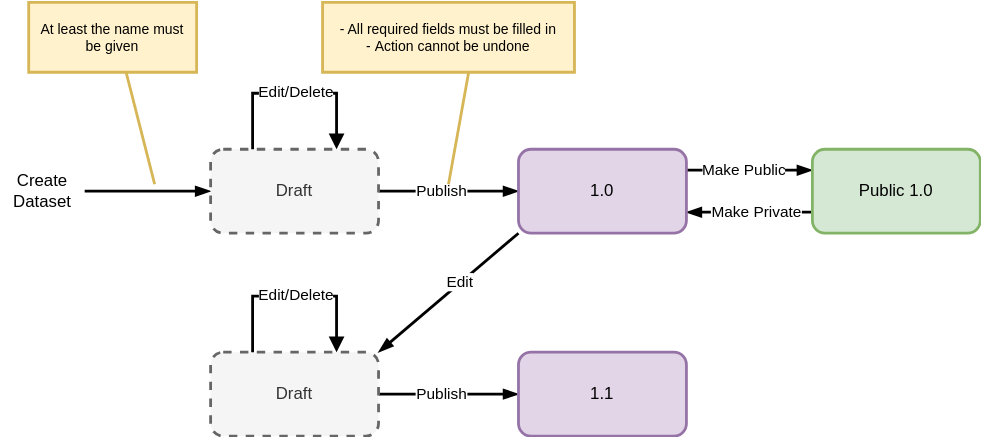
The draw.io diagram docs/fairmedia-dataset-lifecycle.drawio.svg in FAIRmedia-AT/data-catalog-docs, before a commit. Source tidied: cells renumbered, new cells last; positions are measured from the earlier drawing's top-left corner, leaving out a move shared by most shapes. The source it was exported from:
```xml
<mxGraphModel>
  <root>
    <mxCell id="0" />
    <mxCell id="1" parent="0" />
    <mxCell id="2" value="Create Dataset" style="text;html=1;align=center;verticalAlign=middle;whiteSpace=wrap;rounded=0;" parent="1" vertex="1">
      <mxGeometry y="120" width="60" height="30" as="geometry" />
    </mxCell>
    <mxCell id="3" style="endArrow=blockThin;html=1;rounded=0;exitX=1;exitY=0.5;exitDx=0;exitDy=0;entryX=0;entryY=0.5;entryDx=0;entryDy=0;startArrow=none;startFill=0;endFill=1;strokeWidth=2;" parent="1" edge="1" source="2" target="14">
      <mxGeometry relative="1" as="geometry" />
    </mxCell>
    <mxCell id="4" style="endArrow=blockThin;html=1;rounded=0;exitX=1;exitY=0.5;exitDx=0;exitDy=0;entryX=0;entryY=0.5;entryDx=0;entryDy=0;startArrow=none;startFill=0;endFill=1;strokeWidth=2;" parent="1" edge="1" source="14" target="15">
      <mxGeometry relative="1" as="geometry" />
    </mxCell>
    <mxCell id="5" value="Publish" style="edgeLabel;html=1;align=center;verticalAlign=middle;" parent="4" vertex="1">
      <mxGeometry x="-0.3" y="2" relative="1" as="geometry">
        <mxPoint x="10" y="2" as="offset" />
      </mxGeometry>
    </mxCell>
    <mxCell id="6" style="endArrow=blockThin;html=1;rounded=0;exitX=1;exitY=0.25;exitDx=0;exitDy=0;entryX=0;entryY=0.25;entryDx=0;entryDy=0;startArrow=none;startFill=0;endFill=1;strokeWidth=2;" parent="1" edge="1" source="15" target="16">
      <mxGeometry relative="1" as="geometry" />
    </mxCell>
    <mxCell id="7" value="Make Public" style="edgeLabel;html=1;align=center;verticalAlign=middle;" parent="6" vertex="1">
      <mxGeometry x="-0.3" y="2" relative="1" as="geometry">
        <mxPoint x="9" y="2" as="offset" />
      </mxGeometry>
    </mxCell>
    <mxCell id="8" style="endArrow=blockThin;html=1;rounded=0;exitX=0;exitY=1;exitDx=0;exitDy=0;entryX=1;entryY=0;entryDx=0;entryDy=0;startArrow=none;startFill=0;endFill=1;strokeWidth=2;" parent="1" edge="1" source="15" target="18">
      <mxGeometry relative="1" as="geometry" />
    </mxCell>
    <mxCell id="9" value="Edit" style="edgeLabel;html=1;align=center;verticalAlign=middle;" parent="8" vertex="1">
      <mxGeometry x="-0.3" y="2" relative="1" as="geometry">
        <mxPoint x="-9" y="4" as="offset" />
      </mxGeometry>
    </mxCell>
    <mxCell id="10" style="endArrow=blockThin;html=1;rounded=0;exitX=0;exitY=0.75;exitDx=0;exitDy=0;entryX=1;entryY=0.75;entryDx=0;entryDy=0;startArrow=none;startFill=0;endFill=1;strokeWidth=2;" parent="1" edge="1" source="16" target="15">
      <mxGeometry relative="1" as="geometry" />
    </mxCell>
    <mxCell id="11" value="Make Private" style="edgeLabel;html=1;align=center;verticalAlign=middle;" parent="10" vertex="1">
      <mxGeometry x="-0.3" y="2" relative="1" as="geometry">
        <mxPoint x="-9" y="-2" as="offset" />
      </mxGeometry>
    </mxCell>
    <mxCell id="12" style="endArrow=blockThin;html=1;rounded=0;exitX=1;exitY=0.5;exitDx=0;exitDy=0;entryX=0;entryY=0.5;entryDx=0;entryDy=0;startArrow=none;startFill=0;endFill=1;strokeWidth=2;" parent="1" edge="1" source="18" target="17">
      <mxGeometry relative="1" as="geometry" />
    </mxCell>
    <mxCell id="13" value="Publish" style="edgeLabel;html=1;align=center;verticalAlign=middle;" parent="12" vertex="1">
      <mxGeometry x="-0.3" y="2" relative="1" as="geometry">
        <mxPoint x="10" y="2" as="offset" />
      </mxGeometry>
    </mxCell>
    <mxCell id="14" value="Draft" style="rounded=1;whiteSpace=wrap;html=1;dashed=1;strokeWidth=2;fillColor=#f5f5f5;fontColor=#333333;strokeColor=#666666;" parent="1" vertex="1">
      <mxGeometry x="150" y="105" width="120" height="60" as="geometry" />
    </mxCell>
    <mxCell id="15" value="1.0" style="rounded=1;whiteSpace=wrap;html=1;strokeWidth=2;fillColor=#e1d5e7;strokeColor=#9673a6;" parent="1" vertex="1">
      <mxGeometry x="370" y="105" width="120" height="60" as="geometry" />
    </mxCell>
    <mxCell id="16" value="Public 1.0" style="rounded=1;whiteSpace=wrap;html=1;strokeWidth=2;fillColor=#d5e8d4;strokeColor=#82b366;" parent="1" vertex="1">
      <mxGeometry x="580" y="105" width="120" height="60" as="geometry" />
    </mxCell>
    <mxCell id="17" value="1.1" style="rounded=1;whiteSpace=wrap;html=1;strokeWidth=2;fillColor=#e1d5e7;strokeColor=#9673a6;" parent="1" vertex="1">
      <mxGeometry x="370" y="250" width="120" height="60" as="geometry" />
    </mxCell>
    <mxCell id="18" value="Draft" style="rounded=1;whiteSpace=wrap;html=1;dashed=1;strokeWidth=2;fillColor=#f5f5f5;fontColor=#333333;strokeColor=#666666;" parent="1" vertex="1">
      <mxGeometry x="150" y="250" width="120" height="60" as="geometry" />
    </mxCell>
    <mxCell id="19" style="endArrow=block;html=1;rounded=0;exitX=0.25;exitY=0;exitDx=0;exitDy=0;entryX=0.75;entryY=0;entryDx=0;entryDy=0;endFill=1;strokeWidth=2;" parent="1" edge="1" source="18" target="18">
      <mxGeometry relative="1" as="geometry">
        <Array as="points">
          <mxPoint x="180" y="210" />
          <mxPoint x="240" y="210" />
        </Array>
      </mxGeometry>
    </mxCell>
    <mxCell id="20" value="Edit/Delete" style="edgeLabel;html=1;align=center;verticalAlign=middle;" parent="19" vertex="1">
      <mxGeometry x="0.13" y="2" relative="1" as="geometry">
        <mxPoint x="-9" y="1" as="offset" />
      </mxGeometry>
    </mxCell>
    <mxCell id="21" style="endArrow=block;html=1;rounded=0;exitX=0.25;exitY=0;exitDx=0;exitDy=0;entryX=0.75;entryY=0;entryDx=0;entryDy=0;endFill=1;strokeWidth=2;" parent="1" edge="1">
      <mxGeometry relative="1" as="geometry">
        <mxPoint x="180" y="105" as="sourcePoint" />
        <mxPoint x="240" y="105" as="targetPoint" />
        <Array as="points">
          <mxPoint x="180" y="65" />
          <mxPoint x="240" y="65" />
        </Array>
      </mxGeometry>
    </mxCell>
    <mxCell id="22" value="Edit/Delete" style="edgeLabel;html=1;align=center;verticalAlign=middle;" parent="21" vertex="1">
      <mxGeometry x="0.13" y="2" relative="1" as="geometry">
        <mxPoint x="-9" y="1" as="offset" />
      </mxGeometry>
    </mxCell>
    <mxCell id="23" value="At least the name must be given" style="shape=callout;whiteSpace=wrap;html=1;perimeter=calloutPerimeter;position2=0.75;size=80;position=0.58;base=0;fontSize=10;fillColor=#fff2cc;strokeColor=#d6b656;strokeWidth=2;perimeterSpacing=0;spacingTop=0;spacing=5;" parent="1" vertex="1">
      <mxGeometry x="20" width="120" height="130" as="geometry" />
    </mxCell>
    <mxCell id="24" value="- All required fields must be filled in&lt;div&gt;-&amp;nbsp;Action cannot be undone&lt;/div&gt;" style="shape=callout;whiteSpace=wrap;html=1;perimeter=calloutPerimeter;position2=0.5;size=80;position=0.58;base=0;fontSize=10;fillColor=#fff2cc;strokeColor=#d6b656;strokeWidth=2;perimeterSpacing=0;spacingTop=0;spacing=5;" parent="1" vertex="1">
      <mxGeometry x="230" width="180" height="130" as="geometry" />
    </mxCell>
  </root>
</mxGraphModel>
```
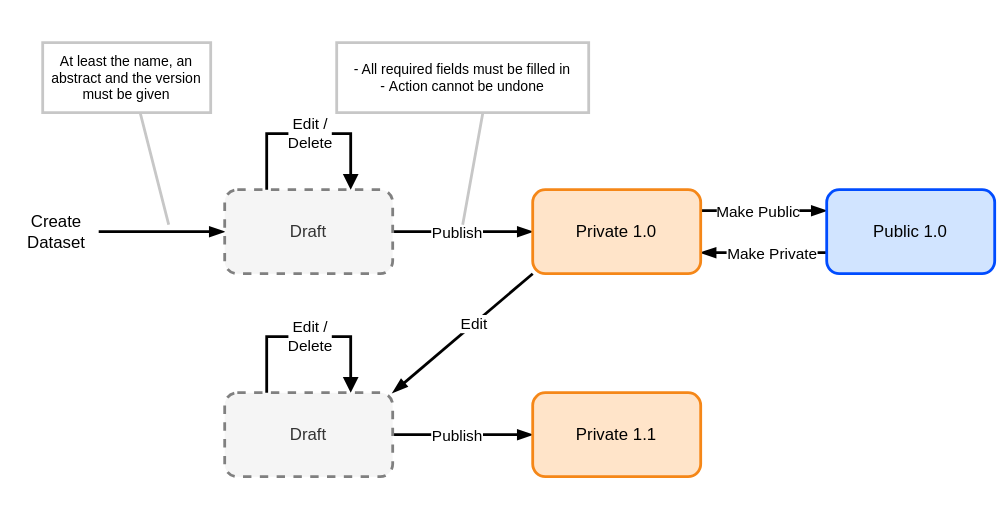
The same diagram one commit later.

Commit message:
Updated Readme with better diagrams

Diff of the diagram source:
```diff
@@ -2,13 +2,16 @@
   <root>
     <mxCell id="0" />
     <mxCell id="1" parent="0" />
+    <mxCell id="25" style="rounded=0;whiteSpace=wrap;html=1;fillColor=none;strokeColor=none;" parent="1" vertex="1">
+      <mxGeometry x="-10" y="-30" width="720" height="380" as="geometry" />
+    </mxCell>
     <mxCell id="2" value="Create Dataset" style="text;html=1;align=center;verticalAlign=middle;whiteSpace=wrap;rounded=0;" parent="1" vertex="1">
       <mxGeometry y="120" width="60" height="30" as="geometry" />
     </mxCell>
-    <mxCell id="3" style="endArrow=blockThin;html=1;rounded=0;exitX=1;exitY=0.5;exitDx=0;exitDy=0;entryX=0;entryY=0.5;entryDx=0;entryDy=0;startArrow=none;startFill=0;endFill=1;strokeWidth=2;" parent="1" edge="1" source="2" target="14">
+    <mxCell id="3" style="endArrow=blockThin;html=1;rounded=0;exitX=1;exitY=0.5;exitDx=0;exitDy=0;entryX=0;entryY=0.5;entryDx=0;entryDy=0;startArrow=none;startFill=0;endFill=1;strokeWidth=2;strokeColor=#000000;" parent="1" edge="1" source="2" target="14">
       <mxGeometry relative="1" as="geometry" />
     </mxCell>
-    <mxCell id="4" style="endArrow=blockThin;html=1;rounded=0;exitX=1;exitY=0.5;exitDx=0;exitDy=0;entryX=0;entryY=0.5;entryDx=0;entryDy=0;startArrow=none;startFill=0;endFill=1;strokeWidth=2;" parent="1" edge="1" source="14" target="15">
+    <mxCell id="4" style="endArrow=blockThin;html=1;rounded=0;exitX=1;exitY=0.5;exitDx=0;exitDy=0;entryX=0;entryY=0.5;entryDx=0;entryDy=0;startArrow=none;startFill=0;endFill=1;strokeWidth=2;strokeColor=#000000;" parent="1" edge="1" source="14" target="15">
       <mxGeometry relative="1" as="geometry" />
     </mxCell>
     <mxCell id="5" value="Publish" style="edgeLabel;html=1;align=center;verticalAlign=middle;" parent="4" vertex="1">
@@ -16,7 +19,7 @@
         <mxPoint x="10" y="2" as="offset" />
       </mxGeometry>
     </mxCell>
-    <mxCell id="6" style="endArrow=blockThin;html=1;rounded=0;exitX=1;exitY=0.25;exitDx=0;exitDy=0;entryX=0;entryY=0.25;entryDx=0;entryDy=0;startArrow=none;startFill=0;endFill=1;strokeWidth=2;" parent="1" edge="1" source="15" target="16">
+    <mxCell id="6" style="endArrow=blockThin;html=1;rounded=0;exitX=1;exitY=0.25;exitDx=0;exitDy=0;entryX=0;entryY=0.25;entryDx=0;entryDy=0;startArrow=none;startFill=0;endFill=1;strokeWidth=2;strokeColor=#000000;" parent="1" edge="1" source="15" target="16">
       <mxGeometry relative="1" as="geometry" />
     </mxCell>
     <mxCell id="7" value="Make Public" style="edgeLabel;html=1;align=center;verticalAlign=middle;" parent="6" vertex="1">
@@ -24,7 +27,7 @@
         <mxPoint x="9" y="2" as="offset" />
       </mxGeometry>
     </mxCell>
-    <mxCell id="8" style="endArrow=blockThin;html=1;rounded=0;exitX=0;exitY=1;exitDx=0;exitDy=0;entryX=1;entryY=0;entryDx=0;entryDy=0;startArrow=none;startFill=0;endFill=1;strokeWidth=2;" parent="1" edge="1" source="15" target="18">
+    <mxCell id="8" style="endArrow=blockThin;html=1;rounded=0;exitX=0;exitY=1;exitDx=0;exitDy=0;entryX=1;entryY=0;entryDx=0;entryDy=0;startArrow=none;startFill=0;endFill=1;strokeWidth=2;strokeColor=#000000;" parent="1" edge="1" source="15" target="18">
       <mxGeometry relative="1" as="geometry" />
     </mxCell>
     <mxCell id="9" value="Edit" style="edgeLabel;html=1;align=center;verticalAlign=middle;" parent="8" vertex="1">
@@ -32,7 +35,7 @@
         <mxPoint x="-9" y="4" as="offset" />
       </mxGeometry>
     </mxCell>
-    <mxCell id="10" style="endArrow=blockThin;html=1;rounded=0;exitX=0;exitY=0.75;exitDx=0;exitDy=0;entryX=1;entryY=0.75;entryDx=0;entryDy=0;startArrow=none;startFill=0;endFill=1;strokeWidth=2;" parent="1" edge="1" source="16" target="15">
+    <mxCell id="10" style="endArrow=blockThin;html=1;rounded=0;exitX=0;exitY=0.75;exitDx=0;exitDy=0;entryX=1;entryY=0.75;entryDx=0;entryDy=0;startArrow=none;startFill=0;endFill=1;strokeWidth=2;strokeColor=#000000;" parent="1" edge="1" source="16" target="15">
       <mxGeometry relative="1" as="geometry" />
     </mxCell>
     <mxCell id="11" value="Make Private" style="edgeLabel;html=1;align=center;verticalAlign=middle;" parent="10" vertex="1">
@@ -40,7 +43,7 @@
         <mxPoint x="-9" y="-2" as="offset" />
       </mxGeometry>
     </mxCell>
-    <mxCell id="12" style="endArrow=blockThin;html=1;rounded=0;exitX=1;exitY=0.5;exitDx=0;exitDy=0;entryX=0;entryY=0.5;entryDx=0;entryDy=0;startArrow=none;startFill=0;endFill=1;strokeWidth=2;" parent="1" edge="1" source="18" target="17">
+    <mxCell id="12" style="endArrow=blockThin;html=1;rounded=0;exitX=1;exitY=0.5;exitDx=0;exitDy=0;entryX=0;entryY=0.5;entryDx=0;entryDy=0;startArrow=none;startFill=0;endFill=1;strokeWidth=2;strokeColor=#000000;" parent="1" edge="1" source="18" target="17">
       <mxGeometry relative="1" as="geometry" />
     </mxCell>
     <mxCell id="13" value="Publish" style="edgeLabel;html=1;align=center;verticalAlign=middle;" parent="12" vertex="1">
@@ -48,22 +51,22 @@
         <mxPoint x="10" y="2" as="offset" />
       </mxGeometry>
     </mxCell>
-    <mxCell id="14" value="Draft" style="rounded=1;whiteSpace=wrap;html=1;dashed=1;strokeWidth=2;fillColor=#f5f5f5;fontColor=#333333;strokeColor=#666666;" parent="1" vertex="1">
+    <mxCell id="14" value="Draft" style="rounded=1;whiteSpace=wrap;html=1;dashed=1;strokeWidth=2;fillColor=#f5f5f5;fontColor=#333333;strokeColor=#808080;" parent="1" vertex="1">
       <mxGeometry x="150" y="105" width="120" height="60" as="geometry" />
     </mxCell>
-    <mxCell id="15" value="1.0" style="rounded=1;whiteSpace=wrap;html=1;strokeWidth=2;fillColor=#e1d5e7;strokeColor=#9673a6;" parent="1" vertex="1">
+    <mxCell id="15" value="Private 1.0" style="rounded=1;whiteSpace=wrap;html=1;strokeWidth=2;fillColor=#FFE4C9;strokeColor=light-dark(#F58718,#F58718);" parent="1" vertex="1">
       <mxGeometry x="370" y="105" width="120" height="60" as="geometry" />
     </mxCell>
-    <mxCell id="16" value="Public 1.0" style="rounded=1;whiteSpace=wrap;html=1;strokeWidth=2;fillColor=#d5e8d4;strokeColor=#82b366;" parent="1" vertex="1">
+    <mxCell id="16" value="Public 1.0" style="rounded=1;whiteSpace=wrap;html=1;strokeWidth=2;fillColor=#D1E4FF;strokeColor=#004CFF;" parent="1" vertex="1">
       <mxGeometry x="580" y="105" width="120" height="60" as="geometry" />
     </mxCell>
-    <mxCell id="17" value="1.1" style="rounded=1;whiteSpace=wrap;html=1;strokeWidth=2;fillColor=#e1d5e7;strokeColor=#9673a6;" parent="1" vertex="1">
+    <mxCell id="17" value="Private 1.1" style="rounded=1;whiteSpace=wrap;html=1;strokeWidth=2;fillColor=#FFE4C9;strokeColor=light-dark(#F58718,#F58718);" parent="1" vertex="1">
       <mxGeometry x="370" y="250" width="120" height="60" as="geometry" />
     </mxCell>
-    <mxCell id="18" value="Draft" style="rounded=1;whiteSpace=wrap;html=1;dashed=1;strokeWidth=2;fillColor=#f5f5f5;fontColor=#333333;strokeColor=#666666;" parent="1" vertex="1">
+    <mxCell id="18" value="Draft" style="rounded=1;whiteSpace=wrap;html=1;dashed=1;strokeWidth=2;fillColor=#f5f5f5;fontColor=#333333;strokeColor=#808080;" parent="1" vertex="1">
       <mxGeometry x="150" y="250" width="120" height="60" as="geometry" />
     </mxCell>
-    <mxCell id="19" style="endArrow=block;html=1;rounded=0;exitX=0.25;exitY=0;exitDx=0;exitDy=0;entryX=0.75;entryY=0;entryDx=0;entryDy=0;endFill=1;strokeWidth=2;" parent="1" edge="1" source="18" target="18">
+    <mxCell id="19" style="endArrow=block;html=1;rounded=0;exitX=0.25;exitY=0;exitDx=0;exitDy=0;entryX=0.75;entryY=0;entryDx=0;entryDy=0;endFill=1;strokeWidth=2;strokeColor=#000000;" parent="1" edge="1" source="18" target="18">
       <mxGeometry relative="1" as="geometry">
         <Array as="points">
           <mxPoint x="180" y="210" />
@@ -71,12 +74,12 @@
         </Array>
       </mxGeometry>
     </mxCell>
-    <mxCell id="20" value="Edit/Delete" style="edgeLabel;html=1;align=center;verticalAlign=middle;" parent="19" vertex="1">
+    <mxCell id="20" value="Edit /&lt;div&gt;Delete&lt;/div&gt;" style="edgeLabel;html=1;align=center;verticalAlign=middle;" parent="19" vertex="1">
       <mxGeometry x="0.13" y="2" relative="1" as="geometry">
         <mxPoint x="-9" y="1" as="offset" />
       </mxGeometry>
     </mxCell>
-    <mxCell id="21" style="endArrow=block;html=1;rounded=0;exitX=0.25;exitY=0;exitDx=0;exitDy=0;entryX=0.75;entryY=0;entryDx=0;entryDy=0;endFill=1;strokeWidth=2;" parent="1" edge="1">
+    <mxCell id="21" style="endArrow=block;html=1;rounded=0;exitX=0.25;exitY=0;exitDx=0;exitDy=0;entryX=0.75;entryY=0;entryDx=0;entryDy=0;endFill=1;strokeWidth=2;strokeColor=#000000;" parent="1" edge="1">
       <mxGeometry relative="1" as="geometry">
         <mxPoint x="180" y="105" as="sourcePoint" />
         <mxPoint x="240" y="105" as="targetPoint" />
@@ -86,15 +89,15 @@
         </Array>
       </mxGeometry>
     </mxCell>
-    <mxCell id="22" value="Edit/Delete" style="edgeLabel;html=1;align=center;verticalAlign=middle;" parent="21" vertex="1">
+    <mxCell id="22" value="Edit /&lt;div&gt;Delete&lt;/div&gt;" style="edgeLabel;html=1;align=center;verticalAlign=middle;" parent="21" vertex="1">
       <mxGeometry x="0.13" y="2" relative="1" as="geometry">
         <mxPoint x="-9" y="1" as="offset" />
       </mxGeometry>
     </mxCell>
-    <mxCell id="23" value="At least the name must be given" style="shape=callout;whiteSpace=wrap;html=1;perimeter=calloutPerimeter;position2=0.75;size=80;position=0.58;base=0;fontSize=10;fillColor=#fff2cc;strokeColor=#d6b656;strokeWidth=2;perimeterSpacing=0;spacingTop=0;spacing=5;" parent="1" vertex="1">
+    <mxCell id="23" value="At least the name, an abstract and the version must be given" style="shape=callout;whiteSpace=wrap;html=1;perimeter=calloutPerimeter;position2=0.75;size=80;position=0.58;base=0;fontSize=10;strokeWidth=2;perimeterSpacing=0;spacingTop=0;spacing=5;fillColor=none;fontColor=#000000;strokeColor=#C7C7C7;" parent="1" vertex="1">
       <mxGeometry x="20" width="120" height="130" as="geometry" />
     </mxCell>
-    <mxCell id="24" value="- All required fields must be filled in&lt;div&gt;-&amp;nbsp;Action cannot be undone&lt;/div&gt;" style="shape=callout;whiteSpace=wrap;html=1;perimeter=calloutPerimeter;position2=0.5;size=80;position=0.58;base=0;fontSize=10;fillColor=#fff2cc;strokeColor=#d6b656;strokeWidth=2;perimeterSpacing=0;spacingTop=0;spacing=5;" parent="1" vertex="1">
+    <mxCell id="24" value="- All required fields must be filled in&lt;div&gt;-&amp;nbsp;Action cannot be undone&lt;/div&gt;" style="shape=callout;whiteSpace=wrap;html=1;perimeter=calloutPerimeter;position2=0.5;size=80;position=0.58;base=0;fontSize=10;strokeWidth=2;perimeterSpacing=0;spacingTop=0;spacing=5;fillColor=none;fontColor=#000000;strokeColor=#C7C7C7;" parent="1" vertex="1">
       <mxGeometry x="230" width="180" height="130" as="geometry" />
     </mxCell>
   </root>
```
